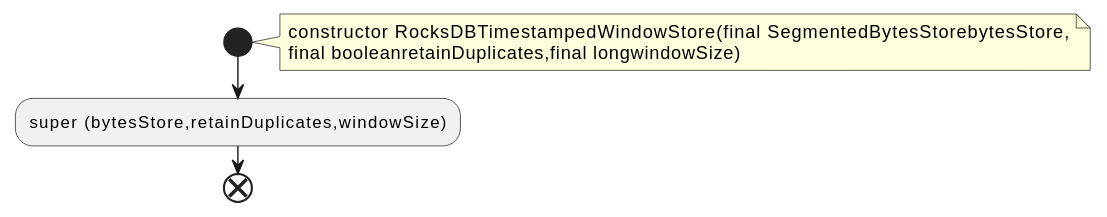
This is docs/qc/streams/src/main/java/org/apache/kafka/streams/state/internals/RocksDBTimestampedWindowStore.java.fct.svg from qualitesys/kafka, a PlantUML export, as it was before one commit.
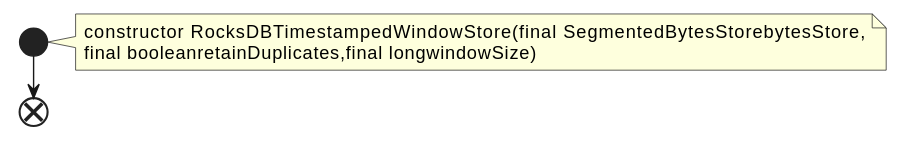
After the change.

The edit, as a diff of the source:
```diff
@@ -5,6 +5,5 @@
 constructor RocksDBTimestampedWindowStore(final SegmentedBytesStorebytesStore,
 final booleanretainDuplicates,final longwindowSize)
 end note
-:super (bytesStore,retainDuplicates,windowSize);
 end
 @enduml
```
